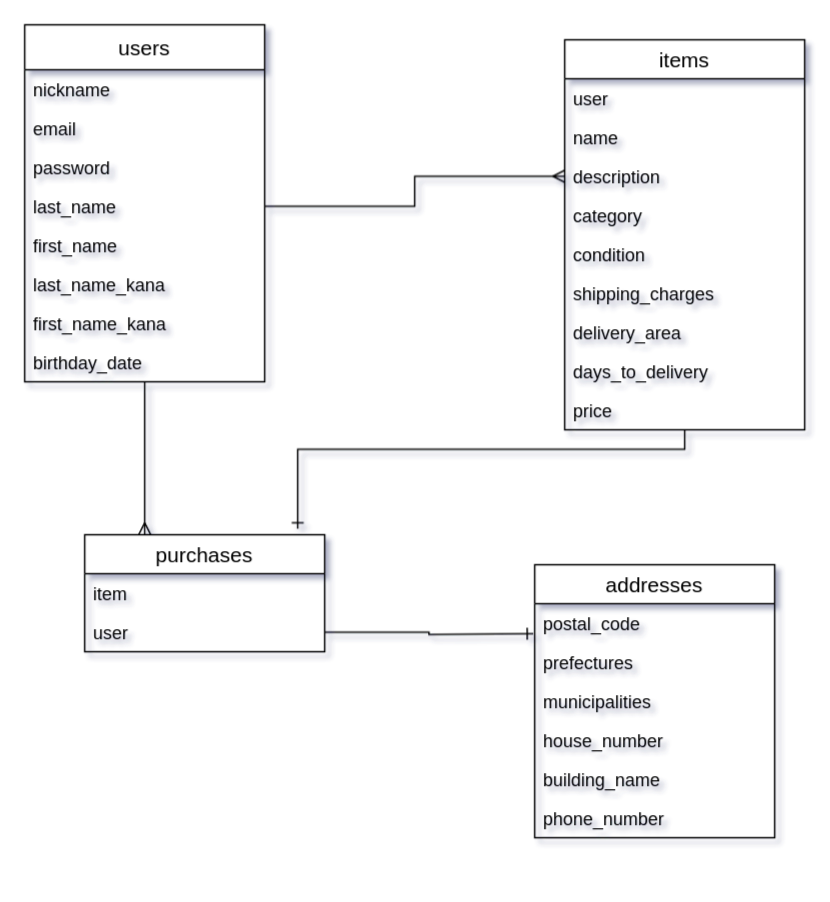
This is table.dio from saka-shun/furima-29727, a draw.io file, before an edit. Source tidied: cells renumbered, new cells numbered last; positions are measured from the earlier drawing's top-left corner, leaving out a move shared by most shapes. Both pictures are drawn from the tidied source at 150%, with x=0, y=0 at pixel (24, 24).
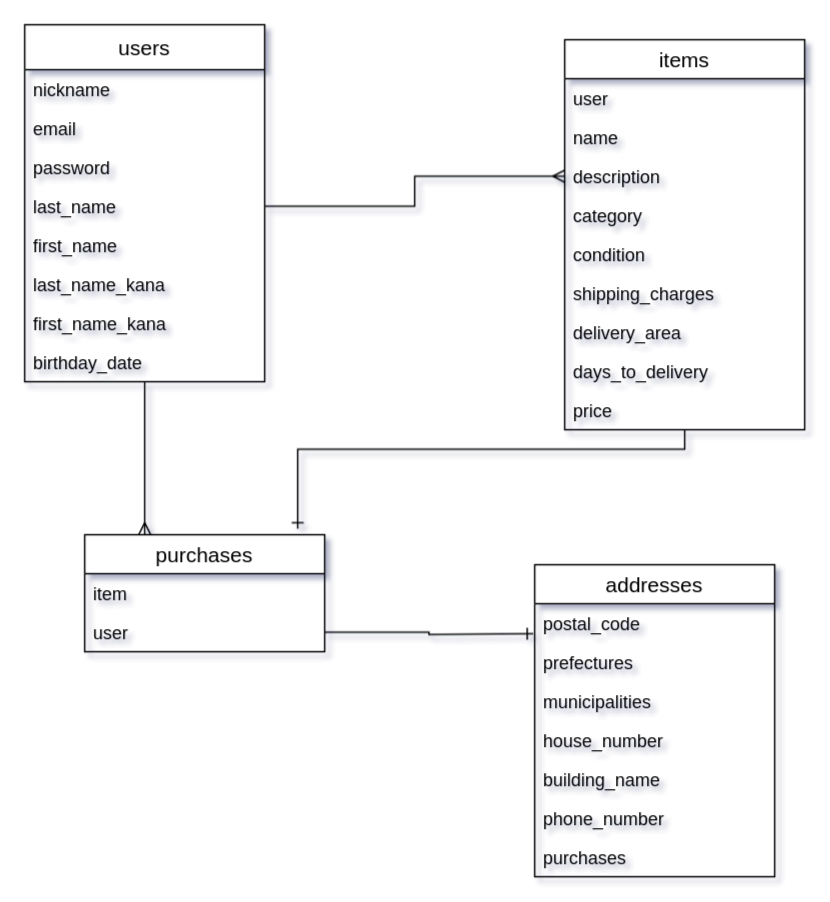
The same page after the edit.

What changed in the source:
```diff
@@
     <mxCell id="22" value="addresses" style="swimlane;fontStyle=0;horizontal=1;startSize=26;align=center;fontSize=14;" parent="1" vertex="1">
-      <mxGeometry x="340" y="360" width="160" height="182" as="geometry" />
+      <mxGeometry x="340" y="360" width="160" height="208" as="geometry" />
     </mxCell>
@@
+    <mxCell id="35" value="purchases" style="text;strokeColor=none;fillColor=none;spacingLeft=4;spacingRight=4;overflow=hidden;fontSize=12;" parent="22" vertex="1">
+      <mxGeometry y="182" width="160" height="26" as="geometry" />
+    </mxCell>
```
